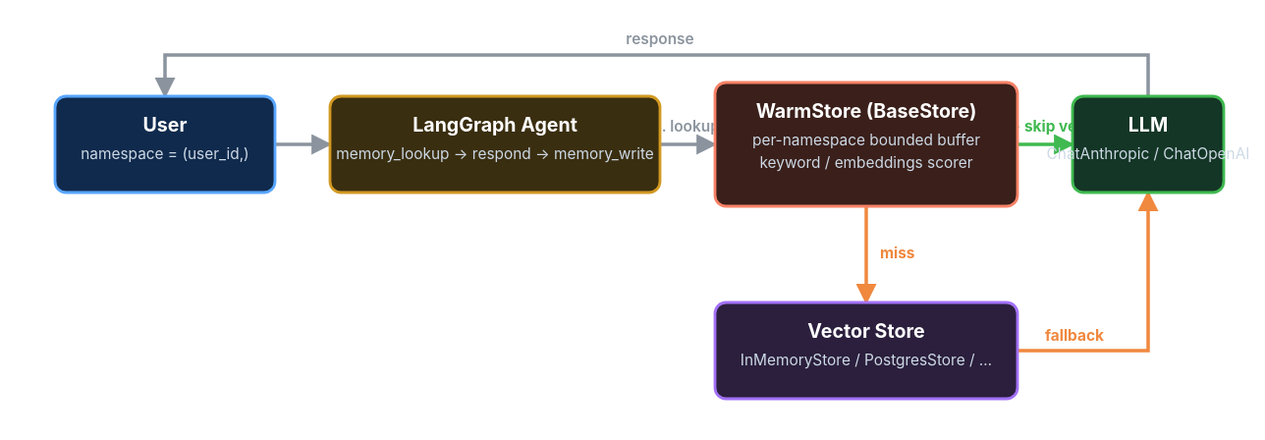
Before: docs/warm_memory_architecture.drawio.svg, a diagram exported from draw.io (vsingh45/WarmMemory). Source tidied: cells renumbered, new cells last; positions are measured from the earlier drawing's top-left corner, leaving out a move shared by most shapes.
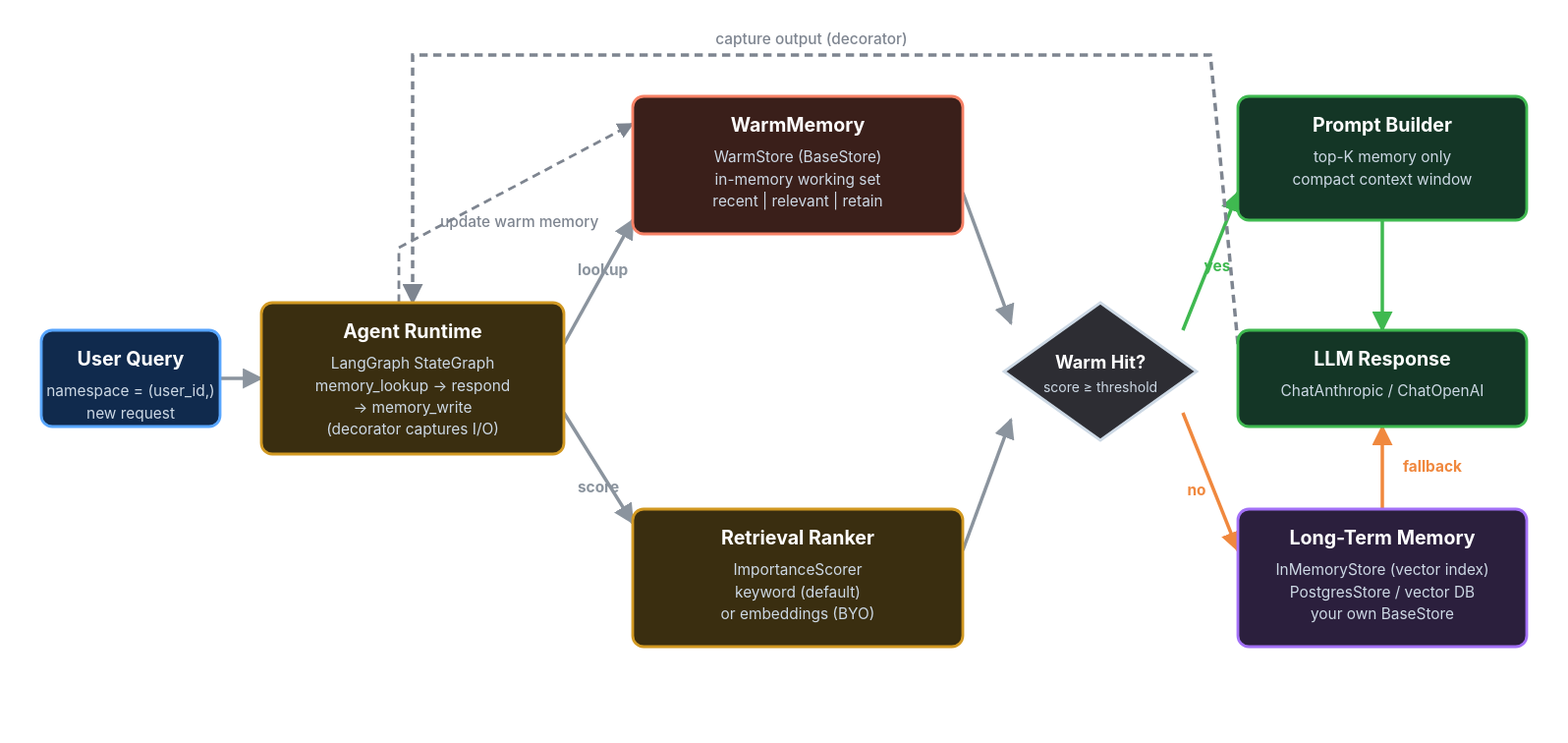
Later version of the same file.

Commit message:
docs: align diagram with original decision-pipeline structure

The edit, as a diff of the source:
```diff
@@ -2,26 +2,40 @@
   <root>
     <mxCell id="0" />
     <mxCell id="1" parent="0" />
-    <mxCell id="2" value="&lt;b&gt;User&lt;/b&gt;&#10;&lt;font style=&quot;font-size: 11px&quot; color=&quot;#cdd9e5&quot;&gt;namespace = (user_id,)&lt;/font&gt;" style="rounded=1;whiteSpace=wrap;html=1;fillColor=#102A4D;strokeColor=#58A6FF;strokeWidth=2;fontColor=#FFFFFF;fontSize=13;" parent="1" vertex="1">
-      <mxGeometry y="10" width="160" height="70" as="geometry" />
+    <mxCell id="2" value="&lt;b&gt;User Query&lt;/b&gt;&#10;&lt;font style=&quot;font-size: 11px&quot; color=&quot;#cdd9e5&quot;&gt;namespace = (user_id,)&#10;new request&lt;/font&gt;" style="rounded=1;whiteSpace=wrap;html=1;fillColor=#102A4D;strokeColor=#58A6FF;strokeWidth=2;fontColor=#FFFFFF;fontSize=13;" parent="1" vertex="1">
+      <mxGeometry x="-10" y="180" width="130" height="70" as="geometry" />
     </mxCell>
-    <mxCell id="3" value="&lt;b&gt;LangGraph Agent&lt;/b&gt;&#10;&lt;font style=&quot;font-size: 11px&quot; color=&quot;#cdd9e5&quot;&gt;memory_lookup → respond → memory_write&lt;/font&gt;" style="rounded=1;whiteSpace=wrap;html=1;fillColor=#3A2E10;strokeColor=#D29922;strokeWidth=2;fontColor=#FFFFFF;fontSize=13;" parent="1" vertex="1">
-      <mxGeometry x="200" y="10" width="240" height="70" as="geometry" />
+    <mxCell id="3" value="&lt;b&gt;Agent Runtime&lt;/b&gt;&#10;&lt;font style=&quot;font-size: 11px&quot; color=&quot;#cdd9e5&quot;&gt;LangGraph StateGraph&#10;memory_lookup → respond&#10;→ memory_write&#10;(decorator captures I/O)&lt;/font&gt;" style="rounded=1;whiteSpace=wrap;html=1;fillColor=#3A2E10;strokeColor=#D29922;strokeWidth=2;fontColor=#FFFFFF;fontSize=13;" parent="1" vertex="1">
+      <mxGeometry x="150" y="160" width="220" height="110" as="geometry" />
     </mxCell>
-    <mxCell id="4" value="&lt;b&gt;WarmStore (BaseStore)&lt;/b&gt;&#10;&lt;font style=&quot;font-size: 11px&quot; color=&quot;#cdd9e5&quot;&gt;per-namespace bounded buffer&#10;keyword / embeddings scorer&lt;/font&gt;" style="rounded=1;whiteSpace=wrap;html=1;fillColor=#3A1F1A;strokeColor=#F78166;strokeWidth=2;fontColor=#FFFFFF;fontSize=13;" parent="1" vertex="1">
-      <mxGeometry x="480" width="220" height="90" as="geometry" />
+    <mxCell id="4" value="&lt;b&gt;WarmMemory&lt;/b&gt;&#10;&lt;font style=&quot;font-size: 11px&quot; color=&quot;#cdd9e5&quot;&gt;WarmStore (BaseStore)&#10;in-memory working set&#10;recent | relevant | retain&lt;/font&gt;" style="rounded=1;whiteSpace=wrap;html=1;fillColor=#3A1F1A;strokeColor=#F78166;strokeWidth=2;fontColor=#FFFFFF;fontSize=13;" parent="1" vertex="1">
+      <mxGeometry x="420" y="10" width="240" height="100" as="geometry" />
     </mxCell>
+    <mxCell id="13" value="&lt;b&gt;Retrieval Ranker&lt;/b&gt;&#10;&lt;font style=&quot;font-size: 11px&quot; color=&quot;#cdd9e5&quot;&gt;ImportanceScorer&#10;keyword (default)&#10;or embeddings (BYO)&lt;/font&gt;" style="rounded=1;whiteSpace=wrap;html=1;fillColor=#3A2E10;strokeColor=#D29922;strokeWidth=2;fontColor=#FFFFFF;fontSize=13;" parent="1" vertex="1">
+      <mxGeometry x="420" y="310" width="240" height="100" as="geometry" />
+    </mxCell>
+    <mxCell id="14" value="&lt;b&gt;Warm Hit?&lt;/b&gt;&#10;&lt;font style=&quot;font-size: 10px&quot; color=&quot;#cdd9e5&quot;&gt;score ≥ threshold&lt;/font&gt;" style="rhombus;whiteSpace=wrap;html=1;fillColor=#2D2D33;strokeColor=#cdd9e5;strokeWidth=2;fontColor=#FFFFFF;fontSize=13;" parent="1" vertex="1">
+      <mxGeometry x="690" y="160" width="140" height="100" as="geometry" />
+    </mxCell>
+    <mxCell id="15" value="&lt;b&gt;Prompt Builder&lt;/b&gt;&#10;&lt;font style=&quot;font-size: 11px&quot; color=&quot;#cdd9e5&quot;&gt;top-K memory only&#10;compact context window&lt;/font&gt;" style="rounded=1;whiteSpace=wrap;html=1;fillColor=#143626;strokeColor=#3FB950;strokeWidth=2;fontColor=#FFFFFF;fontSize=13;" parent="1" vertex="1">
+      <mxGeometry x="860" y="10" width="210" height="90" as="geometry" />
+    </mxCell>
-    <mxCell id="5" value="&lt;b&gt;LLM&lt;/b&gt;&#10;&lt;font style=&quot;font-size: 11px&quot; color=&quot;#cdd9e5&quot;&gt;ChatAnthropic / ChatOpenAI&lt;/font&gt;" style="rounded=1;whiteSpace=wrap;html=1;fillColor=#143626;strokeColor=#3FB950;strokeWidth=2;fontColor=#FFFFFF;fontSize=13;" parent="1" vertex="1">
-      <mxGeometry x="740" y="10" width="110" height="70" as="geometry" />
+    <mxCell id="5" value="&lt;b&gt;LLM Response&lt;/b&gt;&#10;&lt;font style=&quot;font-size: 11px&quot; color=&quot;#cdd9e5&quot;&gt;ChatAnthropic / ChatOpenAI&lt;/font&gt;" style="rounded=1;whiteSpace=wrap;html=1;fillColor=#143626;strokeColor=#3FB950;strokeWidth=2;fontColor=#FFFFFF;fontSize=13;" parent="1" vertex="1">
+      <mxGeometry x="860" y="180" width="210" height="70" as="geometry" />
     </mxCell>
-    <mxCell id="6" value="&lt;b&gt;Vector Store&lt;/b&gt;&#10;&lt;font style=&quot;font-size: 11px&quot; color=&quot;#cdd9e5&quot;&gt;InMemoryStore / PostgresStore / …&lt;/font&gt;" style="rounded=1;whiteSpace=wrap;html=1;fillColor=#2B1F3D;strokeColor=#A371F7;strokeWidth=2;fontColor=#FFFFFF;fontSize=13;" parent="1" vertex="1">
-      <mxGeometry x="480" y="160" width="220" height="70" as="geometry" />
-    </mxCell>
+    <mxCell id="16" value="&lt;b&gt;Long-Term Memory&lt;/b&gt;&#10;&lt;font style=&quot;font-size: 11px&quot; color=&quot;#cdd9e5&quot;&gt;InMemoryStore (vector index)&#10;PostgresStore / vector DB&#10;your own BaseStore&lt;/font&gt;" style="rounded=1;whiteSpace=wrap;html=1;fillColor=#2B1F3D;strokeColor=#A371F7;strokeWidth=2;fontColor=#FFFFFF;fontSize=13;" parent="1" vertex="1">
+      <mxGeometry x="860" y="310" width="210" height="100" as="geometry" />
+    </mxCell>
     <mxCell id="7" style="endArrow=classic;html=1;strokeColor=#8B949E;strokeWidth=2;exitX=1;exitY=0.5;entryX=0;entryY=0.5;" parent="1" edge="1" source="2" target="3" />
-    <mxCell id="8" value="1. lookup" style="endArrow=classic;html=1;strokeColor=#8B949E;strokeWidth=2;exitX=1;exitY=0.5;entryX=0;entryY=0.5;fontColor=#8B949E;fontSize=11;labelBackgroundColor=none;" parent="1" edge="1" source="3" target="4" />
+    <mxCell id="8" value="lookup" style="endArrow=classic;html=1;strokeColor=#8B949E;strokeWidth=2;exitX=1;exitY=0.2;entryX=0;entryY=0.8;fontColor=#8B949E;fontSize=11;labelBackgroundColor=none;" parent="1" edge="1" source="3" target="4" />
-    <mxCell id="9" value="hit → skip vector" style="endArrow=classic;html=1;strokeColor=#3FB950;strokeWidth=2.5;exitX=1;exitY=0.5;entryX=0;entryY=0.5;fontColor=#3FB950;fontSize=11;fontStyle=1;labelBackgroundColor=none;" parent="1" edge="1" source="4" target="5" />
+    <mxCell id="9" value="score" style="endArrow=classic;html=1;strokeColor=#8B949E;strokeWidth=2;exitX=1;exitY=0.8;entryX=0;entryY=0.2;fontColor=#8B949E;fontSize=11;labelBackgroundColor=none;" parent="1" edge="1" source="3" target="13" />
-    <mxCell id="10" value="miss" style="endArrow=classic;html=1;strokeColor=#F0883E;strokeWidth=2.5;exitX=0.5;exitY=1;entryX=0.5;entryY=0;fontColor=#F0883E;fontSize=11;fontStyle=1;labelBackgroundColor=none;" parent="1" edge="1" source="4" target="6" />
+    <mxCell id="10" style="endArrow=classic;html=1;strokeColor=#8B949E;strokeWidth=2;exitX=1;exitY=0.7;entryX=0;entryY=0.15;" parent="1" edge="1" source="4" target="14" />
-    <mxCell id="11" value="fallback" style="endArrow=classic;html=1;strokeColor=#F0883E;strokeWidth=2.5;exitX=1;exitY=0.5;entryX=1;entryY=1;fontColor=#F0883E;fontSize=11;fontStyle=1;labelBackgroundColor=none;edgeStyle=orthogonalEdgeStyle;" parent="1" edge="1" source="6" target="5" />
+    <mxCell id="11" style="endArrow=classic;html=1;strokeColor=#8B949E;strokeWidth=2;exitX=1;exitY=0.3;entryX=0;entryY=0.85;" parent="1" edge="1" source="13" target="14" />
-    <mxCell id="12" value="response" style="endArrow=classic;html=1;strokeColor=#8B949E;strokeWidth=2;exitX=0.5;exitY=0;entryX=0.5;entryY=0;fontColor=#8B949E;fontSize=11;labelBackgroundColor=none;edgeStyle=orthogonalEdgeStyle;" parent="1" edge="1" source="5" target="2" />
+    <mxCell id="12" value="yes" style="endArrow=classic;html=1;strokeColor=#3FB950;strokeWidth=2.5;exitX=1;exitY=0.2;entryX=0;entryY=0.8;fontColor=#3FB950;fontSize=11;fontStyle=1;labelBackgroundColor=none;" parent="1" edge="1" source="14" target="15" />
+    <mxCell id="17" value="no" style="endArrow=classic;html=1;strokeColor=#F0883E;strokeWidth=2.5;exitX=1;exitY=0.8;entryX=0;entryY=0.2;fontColor=#F0883E;fontSize=11;fontStyle=1;labelBackgroundColor=none;" parent="1" edge="1" source="14" target="16" />
+    <mxCell id="18" style="endArrow=classic;html=1;strokeColor=#3FB950;strokeWidth=2.5;exitX=0.5;exitY=1;entryX=0.5;entryY=0;" parent="1" edge="1" source="15" target="5" />
+    <mxCell id="19" value="fallback" style="endArrow=classic;html=1;strokeColor=#F0883E;strokeWidth=2.5;exitX=0.5;exitY=0;entryX=0.5;entryY=1;fontColor=#F0883E;fontSize=11;fontStyle=1;labelBackgroundColor=none;" parent="1" edge="1" source="16" target="5" />
+    <mxCell id="20" value="capture output (decorator)" style="endArrow=classic;html=1;strokeColor=#7E8590;strokeWidth=2;dashed=1;exitX=0;exitY=0.5;entryX=0.5;entryY=0;fontColor=#7E8590;fontSize=11;labelBackgroundColor=none;edgeStyle=orthogonalEdgeStyle;" parent="1" edge="1" source="5" target="3" />
+    <mxCell id="21" value="update warm memory" style="endArrow=classic;html=1;strokeColor=#7E8590;strokeWidth=2;dashed=1;exitX=0.4;exitY=0;entryX=0.2;entryY=1;fontColor=#7E8590;fontSize=11;labelBackgroundColor=none;" parent="1" edge="1" source="3" target="4" />
   </root>
 </mxGraphModel>
```
